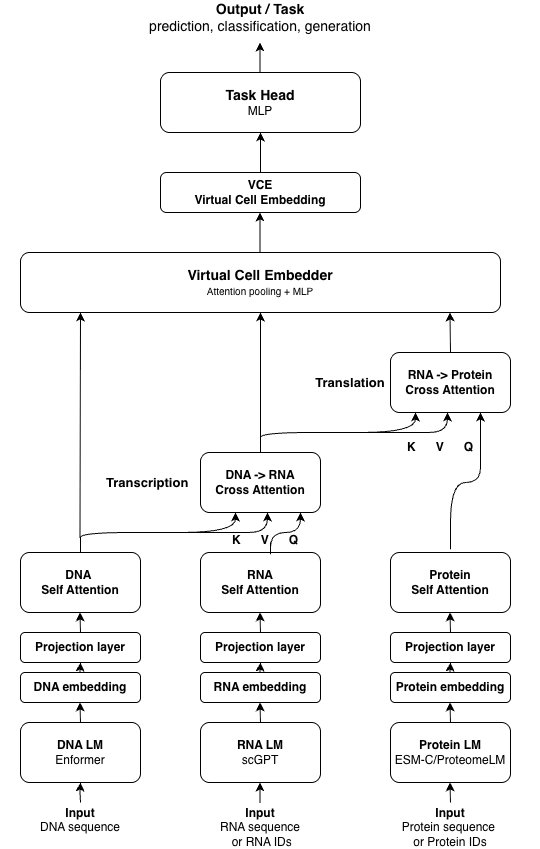
Before: docs/figures/CDT_diagram.png, a diagram exported from draw.io (nobusama/CDT). Source tidied: cells renumbered, new cells last; positions are measured from the earlier drawing's top-left corner, leaving out a move shared by most shapes.
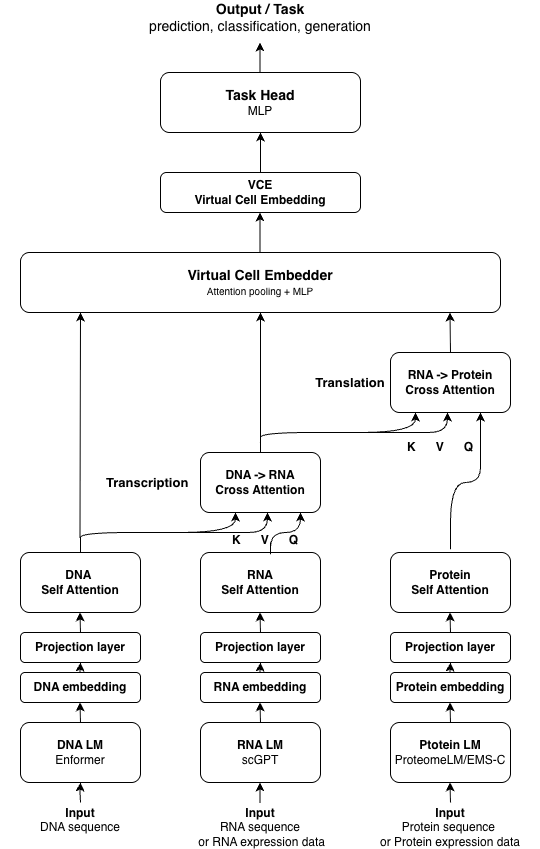
After the change.

Commit message:
Update Figure 1 architecture diagram

🤖 Generated with [Claude Code](https://claude.com/claude-code)

Diff of the diagram source:
```diff
@@ -62,8 +62,8 @@
         <mxPoint x="259.5" y="780" as="targetPoint" />
       </mxGeometry>
     </mxCell>
-    <mxCell id="16" value="&lt;b&gt;Input&lt;/b&gt;&lt;div&gt;RNA sequence&lt;/div&gt;&lt;div&gt;&amp;nbsp;or RNA IDs&lt;/div&gt;" style="text;html=1;whiteSpace=wrap;strokeColor=none;fillColor=none;align=center;verticalAlign=middle;rounded=0;" parent="1" vertex="1">
-      <mxGeometry x="210" y="810" width="100" height="30" as="geometry" />
+    <mxCell id="16" value="&lt;b&gt;Input&lt;/b&gt;&lt;div&gt;RNA sequence&lt;/div&gt;&lt;div&gt;&amp;nbsp;or RNA expression data&lt;/div&gt;" style="text;html=1;whiteSpace=wrap;strokeColor=none;fillColor=none;align=center;verticalAlign=middle;rounded=0;" parent="1" vertex="1">
+      <mxGeometry x="190" y="810" width="140" height="30" as="geometry" />
     </mxCell>
     <mxCell id="17" value="&lt;b&gt;RNA embedding&lt;/b&gt;" style="rounded=1;whiteSpace=wrap;html=1;" parent="1" vertex="1">
       <mxGeometry x="200" y="670" width="120" height="30" as="geometry" />
@@ -71,7 +71,7 @@
     <mxCell id="18" value="&lt;b&gt;RNA&lt;/b&gt;&lt;br&gt;&lt;div&gt;&lt;b&gt;Self Attention&lt;/b&gt;&lt;/div&gt;" style="rounded=1;whiteSpace=wrap;html=1;" parent="1" vertex="1">
       <mxGeometry x="200" y="550" width="120" height="60" as="geometry" />
     </mxCell>
-    <mxCell id="19" value="&lt;b&gt;Protein LM&lt;/b&gt;&lt;div&gt;ESM-C/ProteomeLM&lt;/div&gt;" style="rounded=1;whiteSpace=wrap;html=1;" parent="1" vertex="1">
+    <mxCell id="19" value="&lt;b&gt;Ptotein LM&lt;/b&gt;&lt;div&gt;ProteomeLM/EMS-C&lt;/div&gt;" style="rounded=1;whiteSpace=wrap;html=1;" parent="1" vertex="1">
       <mxGeometry x="390" y="720" width="120" height="60" as="geometry" />
     </mxCell>
     <mxCell id="20" style="endArrow=classic;html=1;rounded=0;" parent="1" edge="1">
@@ -80,7 +80,7 @@
         <mxPoint x="449.5" y="780" as="targetPoint" />
       </mxGeometry>
     </mxCell>
-    <mxCell id="21" value="&lt;b&gt;Input&lt;/b&gt;&lt;div&gt;Protein sequence&amp;nbsp;&lt;/div&gt;&lt;div&gt;or Protein IDs&lt;/div&gt;" style="text;html=1;whiteSpace=wrap;strokeColor=none;fillColor=none;align=center;verticalAlign=middle;rounded=0;" parent="1" vertex="1">
+    <mxCell id="21" value="&lt;b&gt;Input&lt;/b&gt;&lt;div&gt;Protein sequence&amp;nbsp;&lt;/div&gt;&lt;div&gt;or Protein expression data&lt;/div&gt;" style="text;html=1;whiteSpace=wrap;strokeColor=none;fillColor=none;align=center;verticalAlign=middle;rounded=0;" parent="1" vertex="1">
       <mxGeometry x="360" y="810" width="180" height="30" as="geometry" />
     </mxCell>
     <mxCell id="22" value="&lt;b&gt;Protein embedding&lt;/b&gt;" style="rounded=1;whiteSpace=wrap;html=1;" parent="1" vertex="1">
```
